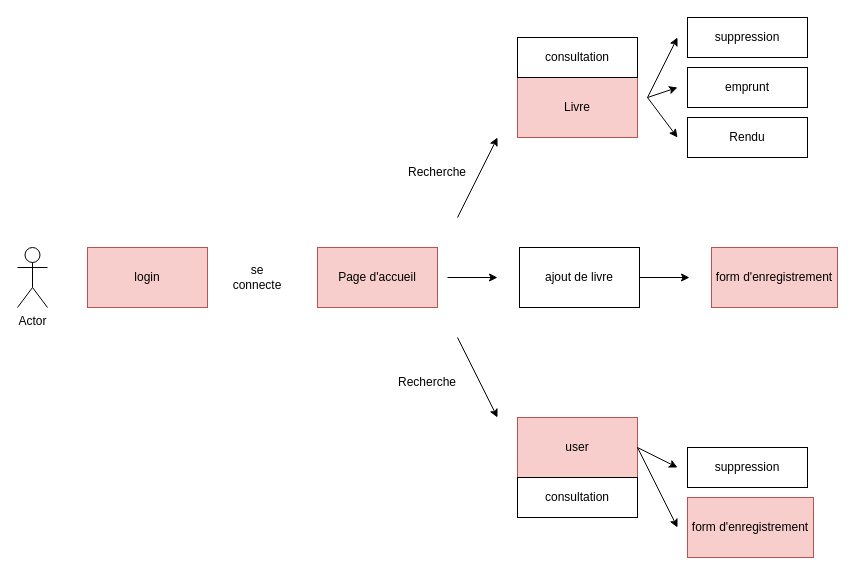
Earlier version of the draw.io diagram diagrams/usecase.drawio (HugoDev12/library). Source tidied: cells renumbered, new cells numbered last; positions are measured from the earlier drawing's top-left corner, leaving out a move shared by most shapes. Both pictures are drawn from the tidied source at 100%, with x=0, y=0 at pixel (17, 17).
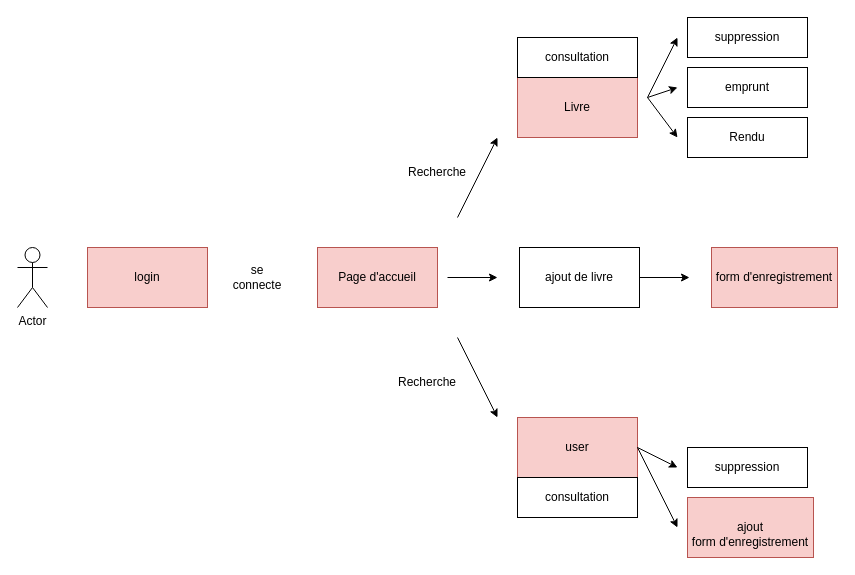
The same diagram, later.

Change to the diagram source:
```diff
@@
-    <mxCell id="22" value="form d'enregistrement" style="rounded=0;whiteSpace=wrap;html=1;fillColor=#f8cecc;strokeColor=#b85450;" parent="1" vertex="1">
+    <mxCell id="22" value="&lt;br&gt;ajout&lt;br&gt;form d'enregistrement" style="rounded=0;whiteSpace=wrap;html=1;fillColor=#f8cecc;strokeColor=#b85450;" parent="1" vertex="1">
       <mxGeometry x="670" y="480" width="126" height="60" as="geometry" />
     </mxCell>
```
